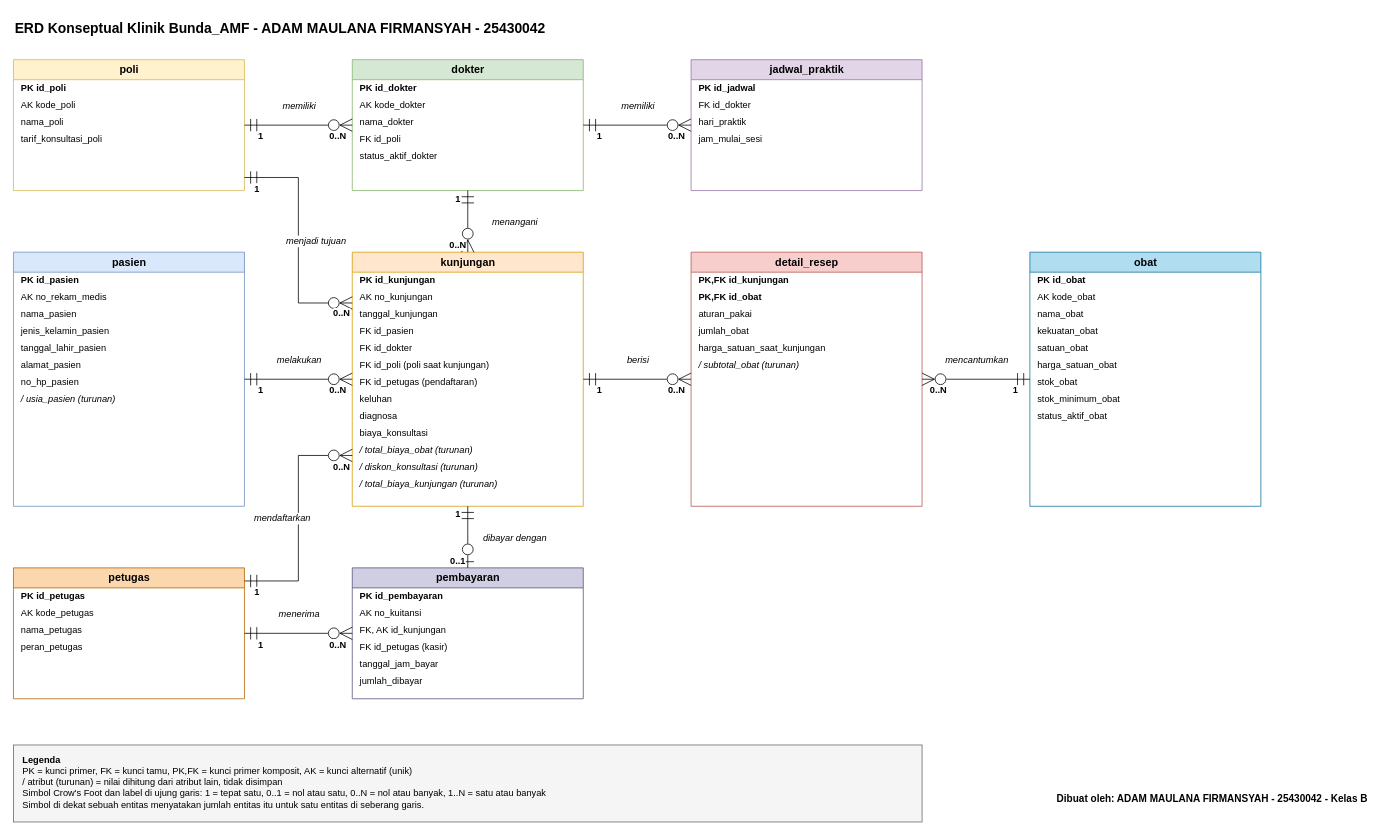
Before: p03_erd_25430042.drawio in adam25430042/basisdata-25430042, a draw.io diagram. Source tidied: cells renumbered, new cells numbered last; positions are measured from the earlier drawing's top-left corner, leaving out a move shared by most shapes. Both pictures are drawn from the tidied source at 77%, with x=0, y=0 at pixel (13, 13).
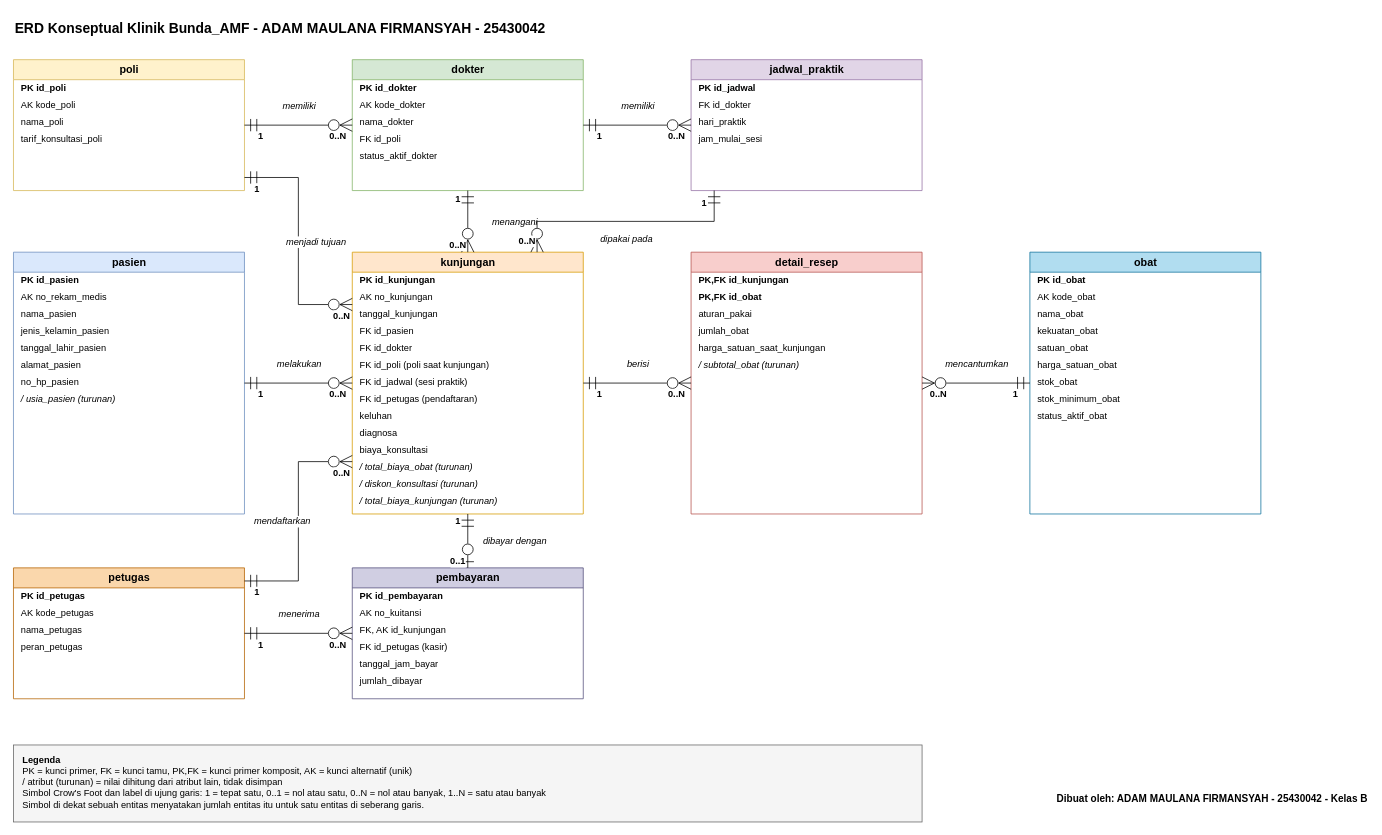
The same diagram, later.

Commit message (it also covers changes not shown here):
p03: tambah id_jadwal pada kunjungan di erd

The change refers to these unchanged cells:
```xml
<mxCell id="3" value="poli" style="swimlane;fontStyle=1;startSize=26;horizontal=1;html=1;fillColor=#fff2cc;strokeColor=#d6b656;swimlaneFillColor=#ffffff;fontSize=14;align=center;" parent="1" vertex="1">
  <mxGeometry y="60" width="300" height="170" as="geometry" />
</mxCell>
<mxCell id="14" value="jadwal_praktik" style="swimlane;fontStyle=1;startSize=26;horizontal=1;html=1;fillColor=#e1d5e7;strokeColor=#9673a6;swimlaneFillColor=#ffffff;fontSize=14;align=center;" parent="1" vertex="1">
  <mxGeometry x="880" y="60" width="300" height="170" as="geometry" />
</mxCell>
<mxCell id="59" value="petugas" style="swimlane;fontStyle=1;startSize=26;horizontal=1;html=1;fillColor=#fad7ac;strokeColor=#b46504;swimlaneFillColor=#ffffff;fontSize=14;align=center;" parent="1" vertex="1">
  <mxGeometry y="720" width="300" height="170" as="geometry" />
</mxCell>
```

Change to the diagram source:
```diff
@@
     <mxCell id="19" value="pasien" style="swimlane;fontStyle=1;startSize=26;horizontal=1;html=1;fillColor=#dae8fc;strokeColor=#6c8ebf;swimlaneFillColor=#ffffff;fontSize=14;align=center;" parent="1" vertex="1">
-      <mxGeometry y="310" width="300" height="330" as="geometry" />
+      <mxGeometry y="310" width="300" height="340" as="geometry" />
     </mxCell>
@@
     <mxCell id="28" value="kunjungan" style="swimlane;fontStyle=1;startSize=26;horizontal=1;html=1;fillColor=#ffe6cc;strokeColor=#d79b00;swimlaneFillColor=#ffffff;fontSize=14;align=center;" parent="1" vertex="1">
-      <mxGeometry x="440" y="310" width="300" height="330" as="geometry" />
+      <mxGeometry x="440" y="310" width="300" height="340" as="geometry" />
     </mxCell>
@@
-    <mxCell id="35" value="FK   id_petugas (pendaftaran)" style="text;html=1;strokeColor=none;fillColor=none;align=left;verticalAlign=middle;spacingLeft=8;fontSize=12;whiteSpace=nowrap;" parent="28" vertex="1">
+    <mxCell id="35" value="FK   id_jadwal (sesi praktik)" style="text;html=1;strokeColor=none;fillColor=none;align=left;verticalAlign=middle;spacingLeft=8;fontSize=12;whiteSpace=nowrap;" parent="28" vertex="1">
       <mxGeometry y="158" width="300" height="22" as="geometry" />
     </mxCell>
-    <mxCell id="36" value="       keluhan" style="text;html=1;strokeColor=none;fillColor=none;align=left;verticalAlign=middle;spacingLeft=8;fontSize=12;whiteSpace=nowrap;" parent="28" vertex="1">
+    <mxCell id="36" value="FK   id_petugas (pendaftaran)" style="text;html=1;strokeColor=none;fillColor=none;align=left;verticalAlign=middle;spacingLeft=8;fontSize=12;whiteSpace=nowrap;" parent="28" vertex="1">
       <mxGeometry y="180" width="300" height="22" as="geometry" />
     </mxCell>
-    <mxCell id="37" value="       diagnosa" style="text;html=1;strokeColor=none;fillColor=none;align=left;verticalAlign=middle;spacingLeft=8;fontSize=12;whiteSpace=nowrap;" parent="28" vertex="1">
+    <mxCell id="37" value="       keluhan" style="text;html=1;strokeColor=none;fillColor=none;align=left;verticalAlign=middle;spacingLeft=8;fontSize=12;whiteSpace=nowrap;" parent="28" vertex="1">
       <mxGeometry y="202" width="300" height="22" as="geometry" />
     </mxCell>
-    <mxCell id="38" value="       biaya_konsultasi" style="text;html=1;strokeColor=none;fillColor=none;align=left;verticalAlign=middle;spacingLeft=8;fontSize=12;whiteSpace=nowrap;" parent="28" vertex="1">
+    <mxCell id="38" value="       diagnosa" style="text;html=1;strokeColor=none;fillColor=none;align=left;verticalAlign=middle;spacingLeft=8;fontSize=12;whiteSpace=nowrap;" parent="28" vertex="1">
       <mxGeometry y="224" width="300" height="22" as="geometry" />
     </mxCell>
-    <mxCell id="39" value="/ total_biaya_obat   (turunan)" style="text;html=1;strokeColor=none;fillColor=none;align=left;verticalAlign=middle;spacingLeft=8;fontSize=12;whiteSpace=nowrap;fontStyle=2;" parent="28" vertex="1">
+    <mxCell id="39" value="       biaya_konsultasi" style="text;html=1;strokeColor=none;fillColor=none;align=left;verticalAlign=middle;spacingLeft=8;fontSize=12;whiteSpace=nowrap;" parent="28" vertex="1">
       <mxGeometry y="246" width="300" height="22" as="geometry" />
     </mxCell>
-    <mxCell id="40" value="/ diskon_konsultasi   (turunan)" style="text;html=1;strokeColor=none;fillColor=none;align=left;verticalAlign=middle;spacingLeft=8;fontSize=12;whiteSpace=nowrap;fontStyle=2;" parent="28" vertex="1">
+    <mxCell id="40" value="/ total_biaya_obat   (turunan)" style="text;html=1;strokeColor=none;fillColor=none;align=left;verticalAlign=middle;spacingLeft=8;fontSize=12;whiteSpace=nowrap;fontStyle=2;" parent="28" vertex="1">
       <mxGeometry y="268" width="300" height="22" as="geometry" />
     </mxCell>
-    <mxCell id="41" value="/ total_biaya_kunjungan   (turunan)" style="text;html=1;strokeColor=none;fillColor=none;align=left;verticalAlign=middle;spacingLeft=8;fontSize=12;whiteSpace=nowrap;fontStyle=2;" parent="28" vertex="1">
+    <mxCell id="41" value="/ diskon_konsultasi   (turunan)" style="text;html=1;strokeColor=none;fillColor=none;align=left;verticalAlign=middle;spacingLeft=8;fontSize=12;whiteSpace=nowrap;fontStyle=2;" parent="28" vertex="1">
       <mxGeometry y="290" width="300" height="22" as="geometry" />
     </mxCell>
+    <mxCell id="113" value="/ total_biaya_kunjungan   (turunan)" style="text;html=1;strokeColor=none;fillColor=none;align=left;verticalAlign=middle;spacingLeft=8;fontSize=12;whiteSpace=nowrap;fontStyle=2;" parent="28" vertex="1">
+      <mxGeometry y="312" width="300" height="22" as="geometry" />
+    </mxCell>
     <mxCell id="42" value="detail_resep" style="swimlane;fontStyle=1;startSize=26;horizontal=1;html=1;fillColor=#f8cecc;strokeColor=#b85450;swimlaneFillColor=#ffffff;fontSize=14;align=center;" parent="1" vertex="1">
-      <mxGeometry x="880" y="310" width="300" height="330" as="geometry" />
+      <mxGeometry x="880" y="310" width="300" height="340" as="geometry" />
     </mxCell>
@@
     <mxCell id="49" value="obat" style="swimlane;fontStyle=1;startSize=26;horizontal=1;html=1;fillColor=#b1ddf0;strokeColor=#10739e;swimlaneFillColor=#ffffff;fontSize=14;align=center;" parent="1" vertex="1">
-      <mxGeometry x="1320" y="310" width="300" height="330" as="geometry" />
+      <mxGeometry x="1320" y="310" width="300" height="340" as="geometry" />
     </mxCell>
@@
     <mxCell id="103" style="edgeStyle=orthogonalEdgeStyle;html=1;rounded=0;endSize=14;startSize=14;startFill=0;endFill=0;startArrow=ERmandOne;endArrow=ERzeroToMany;exitX=1;exitY=0.9;exitDx=0;exitDy=0;entryX=0;entryY=0.2;entryDx=0;entryDy=0;" parent="1" edge="1" source="3" target="28">
       <mxGeometry relative="1" as="geometry">
         <Array as="points">
           <mxPoint x="370" y="213" />
-          <mxPoint x="370" y="376" />
+          <mxPoint x="370" y="378" />
         </Array>
       </mxGeometry>
     </mxCell>
@@
     <mxCell id="107" style="edgeStyle=orthogonalEdgeStyle;html=1;rounded=0;endSize=14;startSize=14;startFill=0;endFill=0;startArrow=ERmandOne;endArrow=ERzeroToMany;exitX=1;exitY=0.1;exitDx=0;exitDy=0;entryX=0;entryY=0.8;entryDx=0;entryDy=0;" parent="1" edge="1" source="59" target="28">
       <mxGeometry relative="1" as="geometry">
         <Array as="points">
           <mxPoint x="370" y="737" />
-          <mxPoint x="370" y="574" />
+          <mxPoint x="370" y="582" />
         </Array>
       </mxGeometry>
     </mxCell>
@@
+    <mxCell id="114" style="edgeStyle=orthogonalEdgeStyle;html=1;rounded=0;endSize=14;startSize=14;startFill=0;endFill=0;startArrow=ERmandOne;endArrow=ERzeroToMany;exitX=0.1;exitY=1;exitDx=0;exitDy=0;entryX=0.8;entryY=0;entryDx=0;entryDy=0;" parent="1" edge="1" source="14" target="28">
+      <mxGeometry relative="1" as="geometry">
+        <Array as="points">
+          <mxPoint x="910" y="270" />
+          <mxPoint x="680" y="270" />
+        </Array>
+      </mxGeometry>
+    </mxCell>
+    <mxCell id="115" value="dipakai pada" style="edgeLabel;html=1;align=center;verticalAlign=middle;fontSize=12;labelBackgroundColor=#ffffff;fontStyle=2;" parent="114" vertex="1">
+      <mxGeometry y="22" relative="1" as="geometry" />
+    </mxCell>
+    <mxCell id="116" value="1" style="edgeLabel;html=1;align=center;verticalAlign=middle;fontSize=12;labelBackgroundColor=#ffffff;fontStyle=1;" parent="114" vertex="1">
+      <mxGeometry x="-0.9" y="-14" relative="1" as="geometry" />
+    </mxCell>
+    <mxCell id="117" value="0..N" style="edgeLabel;html=1;align=center;verticalAlign=middle;fontSize=12;labelBackgroundColor=#ffffff;fontStyle=1;" parent="114" vertex="1">
+      <mxGeometry x="0.9" y="-14" relative="1" as="geometry" />
+    </mxCell>
```
